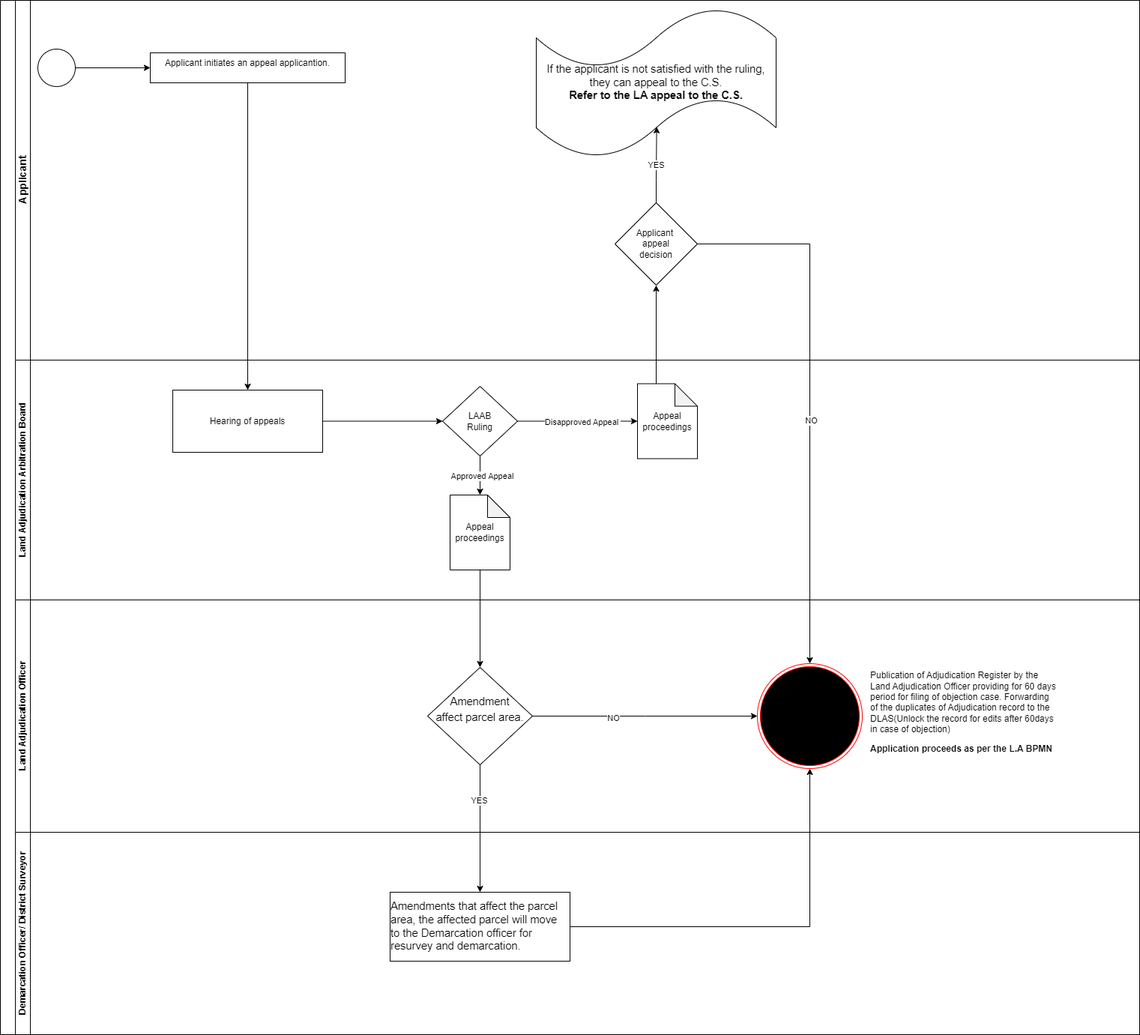
Before: Land Adjudication Appeal to the LAAB.drawio.png, a diagram exported from draw.io (geoprojectke/BPMN). Source tidied: cells renumbered, new cells last; positions are measured from the earlier drawing's top-left corner, leaving out a move shared by most shapes.
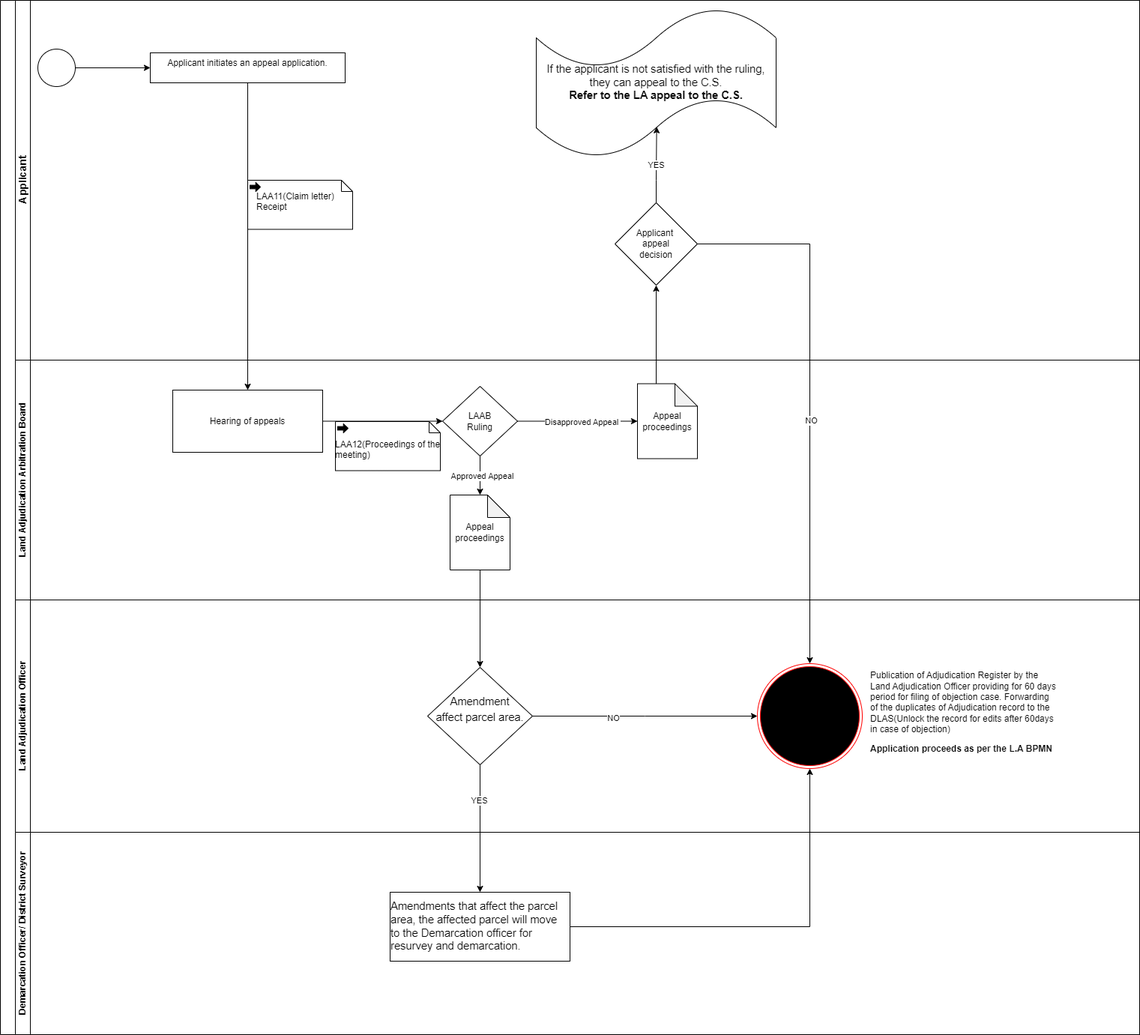
After the change.

Diff of the diagram source:
```diff
@@ -14,7 +14,7 @@
     <mxCell id="5" style="points=[[0.145,0.145,0],[0.5,0,0],[0.855,0.145,0],[1,0.5,0],[0.855,0.855,0],[0.5,1,0],[0.145,0.855,0],[0,0.5,0]];shape=mxgraph.bpmn.event;html=1;verticalLabelPosition=bottom;labelBackgroundColor=#ffffff;verticalAlign=top;align=center;perimeter=ellipsePerimeter;outlineConnect=0;outline=standard;symbol=general;" parent="3" vertex="1">
       <mxGeometry x="30" y="65" width="50" height="50" as="geometry" />
     </mxCell>
-    <mxCell id="6" value="&lt;div style=&quot;&quot;&gt;&lt;span style=&quot;background-color: initial;&quot;&gt;Applicant initiates an appeal applicantion.&lt;/span&gt;&lt;/div&gt;" style="whiteSpace=wrap;html=1;verticalAlign=top;align=center;" parent="3" vertex="1">
+    <mxCell id="6" value="&lt;div style=&quot;&quot;&gt;&lt;span style=&quot;background-color: initial;&quot;&gt;Applicant initiates an appeal application.&lt;/span&gt;&lt;/div&gt;" style="whiteSpace=wrap;html=1;verticalAlign=top;align=center;" parent="3" vertex="1">
       <mxGeometry x="180" y="70" width="260" height="40" as="geometry" />
     </mxCell>
     <mxCell id="7" value="&lt;span id=&quot;docs-internal-guid-db0c2f5f-7fff-f415-b782-565040d1eb2e&quot;&gt;&lt;span style=&quot;font-size: 11pt; font-family: Arial, sans-serif; background-color: transparent; font-variant-numeric: normal; font-variant-east-asian: normal; font-variant-alternates: normal; font-variant-position: normal; vertical-align: baseline; white-space-collapse: preserve;&quot;&gt;If the applicant is not satisfied with the ruling, they can appeal to the C.S.&lt;/span&gt;&lt;/span&gt;&lt;div&gt;&lt;span&gt;&lt;span style=&quot;font-size: 11pt; font-family: Arial, sans-serif; background-color: transparent; font-variant-numeric: normal; font-variant-east-asian: normal; font-variant-alternates: normal; font-variant-position: normal; vertical-align: baseline; white-space-collapse: preserve;&quot;&gt;&lt;b&gt;Refer to the LA appeal to the C.S.&lt;/b&gt;&lt;/span&gt;&lt;/span&gt;&lt;/div&gt;" style="shape=tape;whiteSpace=wrap;html=1;" parent="3" vertex="1">
@@ -29,7 +29,13 @@
     <mxCell id="10" value="YES" style="edgeLabel;html=1;align=center;verticalAlign=middle;" parent="9" vertex="1">
       <mxGeometry y="1" relative="1" as="geometry" />
     </mxCell>
+    <mxCell id="39" style="shape=mxgraph.bpmn.data;labelPosition=center;verticalLabelPosition=bottom;align=center;verticalAlign=top;size=15;html=1;bpmnTransferType=output;" parent="3" vertex="1">
+      <mxGeometry x="310" y="240" width="140" height="65.5" as="geometry" />
+    </mxCell>
+    <mxCell id="40" value="LAA11(Claim letter) &#10;Receipt" style="text;whiteSpace=wrap;html=1;" parent="3" vertex="1">
+      <mxGeometry x="320" y="247.8" width="140" height="50" as="geometry" />
+    </mxCell>
-    <mxCell id="11" value="Land Adjudication Arbitration Board" style="swimlane;html=1;startSize=20;horizontal=0;" parent="2" vertex="1">
+    <mxCell id="11" value="Land Adjudication Arbitration Board" style="swimlane;html=1;startSize=20;horizontal=0;fillColor=default;" parent="2" vertex="1">
       <mxGeometry x="20" y="480" width="1500" height="320" as="geometry" />
     </mxCell>
     <mxCell id="12" style="edgeStyle=orthogonalEdgeStyle;rounded=0;jettySize=auto;html=1;exitX=1;exitY=0.5;exitDx=0;exitDy=0;entryX=0;entryY=0.5;entryDx=0;entryDy=0;" parent="11" edge="1" source="13" target="14">
@@ -59,6 +65,12 @@
     <mxCell id="20" value="Approved Appeal" style="edgeLabel;html=1;align=center;verticalAlign=middle;" parent="19" vertex="1">
       <mxGeometry x="0.01" y="2" relative="1" as="geometry" />
     </mxCell>
+    <mxCell id="41" style="shape=mxgraph.bpmn.data;labelPosition=center;verticalLabelPosition=bottom;align=center;verticalAlign=top;size=15;html=1;bpmnTransferType=output;fillColor=none;" parent="11" vertex="1">
+      <mxGeometry x="427" y="82" width="140" height="65.5" as="geometry" />
+    </mxCell>
+    <mxCell id="42" value="LAA12(Proceedings of the &#10; meeting)" style="text;whiteSpace=wrap;html=1;" parent="11" vertex="1">
+      <mxGeometry x="425" y="99" width="170" height="50" as="geometry" />
+    </mxCell>
     <mxCell id="21" value="Land Adjudication Officer" style="swimlane;html=1;startSize=20;horizontal=0;" parent="2" vertex="1">
       <mxGeometry x="20" y="800" width="1500" height="310" as="geometry" />
     </mxCell>
```
